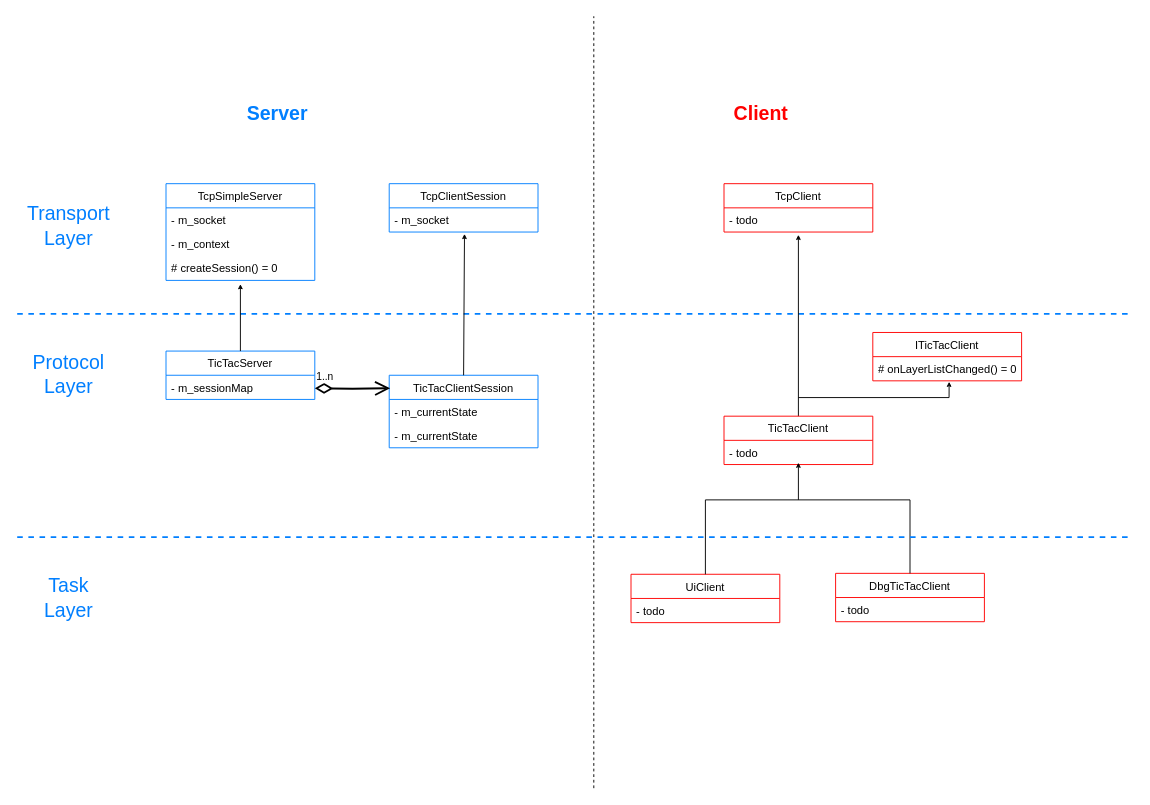
Above: EasyTcpServerClient/doc/UML.drawio in Alex-Tsarenko/Server-Lessons (draw.io), before the change. Source tidied: cells renumbered, new cells numbered last; positions are measured from the earlier drawing's top-left corner, leaving out a move shared by most shapes. Both pictures are drawn from the tidied source at 93%, with x=0, y=0 at pixel (17, 16).
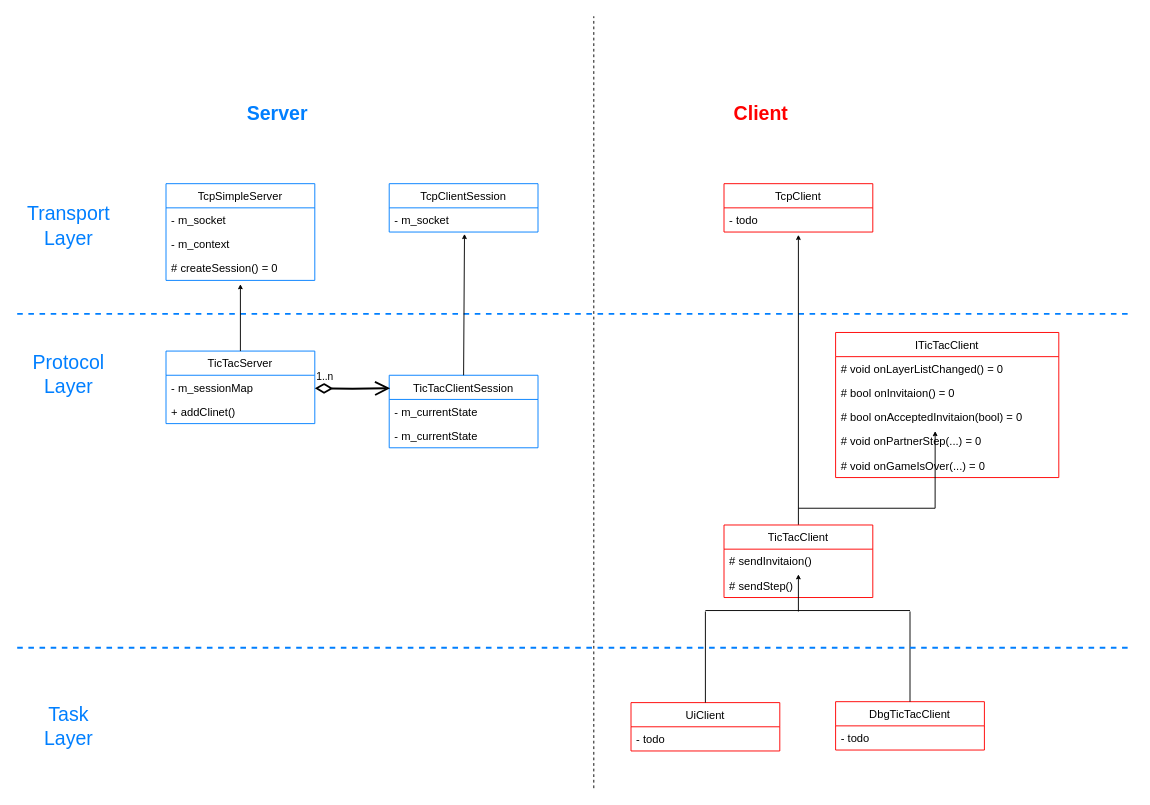
The same diagram, later.

The edit, as a diff of the source:
```diff
@@
     <mxCell id="8" value="TicTacServer" style="swimlane;fontStyle=0;horizontal=1;startSize=26;fillColor=none;strokeColor=#007FFF;" parent="1" vertex="1">
-      <mxGeometry x="160" y="360" width="160" height="52" as="geometry" />
+      <mxGeometry x="160" y="360" width="160" height="78" as="geometry" />
     </mxCell>
@@
+    <mxCell id="40" value="+ addClinet()" style="text;strokeColor=none;fillColor=none;align=left;verticalAlign=top;spacingLeft=4;spacingRight=4;overflow=hidden;" parent="8" vertex="1">
+      <mxGeometry y="52" width="160" height="26" as="geometry" />
+    </mxCell>
@@
     <mxCell id="17" value="DbgTicTacClient" style="swimlane;fontStyle=0;horizontal=1;startSize=26;fillColor=none;strokeColor=#FF0000;" parent="1" vertex="1">
-      <mxGeometry x="880" y="599" width="160" height="52" as="geometry" />
+      <mxGeometry x="880" y="737" width="160" height="52" as="geometry" />
     </mxCell>
@@
     <mxCell id="19" value="UiClient" style="swimlane;fontStyle=0;horizontal=1;startSize=26;fillColor=none;strokeColor=#FF0000;" parent="1" vertex="1">
-      <mxGeometry x="660" y="600" width="160" height="52" as="geometry" />
+      <mxGeometry x="660" y="738" width="160" height="52" as="geometry" />
     </mxCell>
@@
     <mxCell id="24" style="endArrow=none;html=1;rounded=0;fontSize=21;fontColor=#007FFF;startSize=3;endSize=3;strokeColor=#000000;strokeWidth=1;" parent="1" edge="1">
       <mxGeometry relative="1" as="geometry">
-        <mxPoint x="740" y="520" as="sourcePoint" />
-        <mxPoint x="960" y="520" as="targetPoint" />
+        <mxPoint x="740" y="639" as="sourcePoint" />
+        <mxPoint x="960" y="639" as="targetPoint" />
       </mxGeometry>
     </mxCell>
     <mxCell id="25" style="endArrow=none;html=1;rounded=0;fontSize=21;fontColor=#007FFF;startSize=3;endSize=3;strokeColor=#000000;strokeWidth=1;entryX=0.5;entryY=0;entryDx=0;entryDy=0;" parent="1" edge="1" target="17">
       <mxGeometry relative="1" as="geometry">
-        <mxPoint x="960" y="520" as="sourcePoint" />
+        <mxPoint x="960" y="640" as="sourcePoint" />
       </mxGeometry>
     </mxCell>
     <mxCell id="26" style="endArrow=none;html=1;rounded=0;fontSize=21;fontColor=#007FFF;startSize=3;endSize=3;strokeColor=#000000;strokeWidth=1;exitX=0.5;exitY=0;exitDx=0;exitDy=0;" parent="1" edge="1" source="19">
       <mxGeometry relative="1" as="geometry">
-        <mxPoint x="740" y="520" as="targetPoint" />
+        <mxPoint x="740" y="640" as="targetPoint" />
       </mxGeometry>
     </mxCell>
     <mxCell id="27" style="endArrow=none;dashed=1;html=1;rounded=0;startSize=3;endSize=3;strokeWidth=2;strokeColor=#007FFF;" parent="1" edge="1">
       <mxGeometry relative="1" as="geometry">
-        <mxPoint y="560" as="sourcePoint" />
-        <mxPoint x="1200" y="560" as="targetPoint" />
+        <mxPoint y="679" as="sourcePoint" />
+        <mxPoint x="1200" y="679" as="targetPoint" />
       </mxGeometry>
     </mxCell>
     <mxCell id="28" value="Task&lt;br&gt;Layer" style="html=1;strokeColor=none;fillColor=none;fontSize=21;fontColor=#007FFF;" parent="1" vertex="1">
-      <mxGeometry y="600" width="110" height="50" as="geometry" />
+      <mxGeometry y="738" width="110" height="50" as="geometry" />
     </mxCell>
@@
     <mxCell id="34" value="TicTacClient" style="swimlane;fontStyle=0;horizontal=1;startSize=26;fillColor=none;strokeColor=#FF0000;" parent="1" vertex="1">
-      <mxGeometry x="760" y="430" width="160" height="52" as="geometry" />
+      <mxGeometry x="760" y="547" width="160" height="78" as="geometry" />
     </mxCell>
-    <mxCell id="35" value="- todo" style="text;strokeColor=none;fillColor=none;align=left;verticalAlign=top;spacingLeft=4;spacingRight=4;overflow=hidden;" parent="34" vertex="1">
+    <mxCell id="35" value="# sendInvitaion()" style="text;strokeColor=none;fillColor=none;align=left;verticalAlign=top;spacingLeft=4;spacingRight=4;overflow=hidden;" parent="34" vertex="1">
       <mxGeometry y="26" width="160" height="26" as="geometry" />
     </mxCell>
+    <mxCell id="41" value="# sendStep()" style="text;strokeColor=none;fillColor=none;align=left;verticalAlign=top;spacingLeft=4;spacingRight=4;overflow=hidden;" parent="34" vertex="1">
+      <mxGeometry y="52" width="160" height="26" as="geometry" />
+    </mxCell>
     <mxCell id="36" value="ITicTacClient" style="swimlane;fontStyle=0;horizontal=1;startSize=26;fillColor=none;strokeColor=#FF0000;" parent="1" vertex="1">
-      <mxGeometry x="920" y="340" width="160" height="52" as="geometry" />
+      <mxGeometry x="880" y="340" width="240" height="156" as="geometry" />
     </mxCell>
-    <mxCell id="37" value="# onLayerListChanged() = 0" style="text;strokeColor=none;fillColor=none;align=left;verticalAlign=top;spacingLeft=4;spacingRight=4;overflow=hidden;points=[[0,0.5],[1,0.5]];portConstraint=eastwest;" parent="36" vertex="1">
-      <mxGeometry y="26" width="160" height="26" as="geometry" />
+    <mxCell id="37" value="# void onLayerListChanged() = 0" style="text;strokeColor=none;fillColor=none;align=left;verticalAlign=top;spacingLeft=4;spacingRight=4;overflow=hidden;points=[[0,0.5],[1,0.5]];portConstraint=eastwest;" parent="36" vertex="1">
+      <mxGeometry y="26" width="240" height="26" as="geometry" />
     </mxCell>
+    <mxCell id="42" value="# bool onInvitaion() = 0" style="text;strokeColor=none;fillColor=none;align=left;verticalAlign=top;spacingLeft=4;spacingRight=4;overflow=hidden;" parent="36" vertex="1">
+      <mxGeometry y="52" width="240" height="26" as="geometry" />
+    </mxCell>
+    <mxCell id="43" value="# bool onAcceptedInvitaion(bool) = 0" style="text;strokeColor=none;fillColor=none;align=left;verticalAlign=top;spacingLeft=4;spacingRight=4;overflow=hidden;points=[[0,0.5],[1,0.5]];portConstraint=eastwest;" parent="36" vertex="1">
+      <mxGeometry y="78" width="240" height="26" as="geometry" />
+    </mxCell>
+    <mxCell id="44" value="# void onPartnerStep(...) = 0" style="text;strokeColor=none;fillColor=none;align=left;verticalAlign=top;spacingLeft=4;spacingRight=4;overflow=hidden;" parent="36" vertex="1">
+      <mxGeometry y="104" width="240" height="26" as="geometry" />
+    </mxCell>
+    <mxCell id="45" value="# void onGameIsOver(...) = 0" style="text;strokeColor=none;fillColor=none;align=left;verticalAlign=top;spacingLeft=4;spacingRight=4;overflow=hidden;" parent="36" vertex="1">
+      <mxGeometry y="130" width="240" height="26" as="geometry" />
+    </mxCell>
-    <mxCell id="38" style="endArrow=classic;html=1;rounded=0;fontSize=21;fontColor=#007FFF;startSize=3;endSize=3;strokeColor=#000000;strokeWidth=1;entryX=0.513;entryY=1.038;entryDx=0;entryDy=0;entryPerimeter=0;" parent="1" edge="1" target="37">
+    <mxCell id="38" style="endArrow=classic;html=1;rounded=0;fontSize=21;fontColor=#007FFF;startSize=3;endSize=3;strokeColor=#000000;strokeWidth=1;entryX=0.446;entryY=1.077;entryDx=0;entryDy=0;entryPerimeter=0;" parent="1" edge="1" target="43">
       <mxGeometry relative="1" as="geometry">
-        <mxPoint x="840" y="410" as="sourcePoint" />
+        <mxPoint x="840" y="529" as="sourcePoint" />
         <Array as="points">
-          <mxPoint x="1002" y="410" />
+          <mxPoint x="987" y="529" />
         </Array>
       </mxGeometry>
     </mxCell>
-    <mxCell id="39" style="endArrow=classic;html=1;rounded=0;fontSize=21;fontColor=#007FFF;startSize=3;endSize=3;strokeColor=#000000;strokeWidth=1;entryX=0.5;entryY=1.154;entryDx=0;entryDy=0;entryPerimeter=0;" parent="1" edge="1">
+    <mxCell id="39" style="endArrow=classic;html=1;rounded=0;fontSize=21;fontColor=#007FFF;startSize=3;endSize=3;strokeColor=#000000;strokeWidth=1;" parent="1" edge="1">
       <mxGeometry relative="1" as="geometry">
-        <mxPoint x="840" y="520" as="sourcePoint" />
-        <mxPoint x="840" y="480" as="targetPoint" />
+        <mxPoint x="840" y="640" as="sourcePoint" />
+        <mxPoint x="840" y="600" as="targetPoint" />
       </mxGeometry>
     </mxCell>
```
